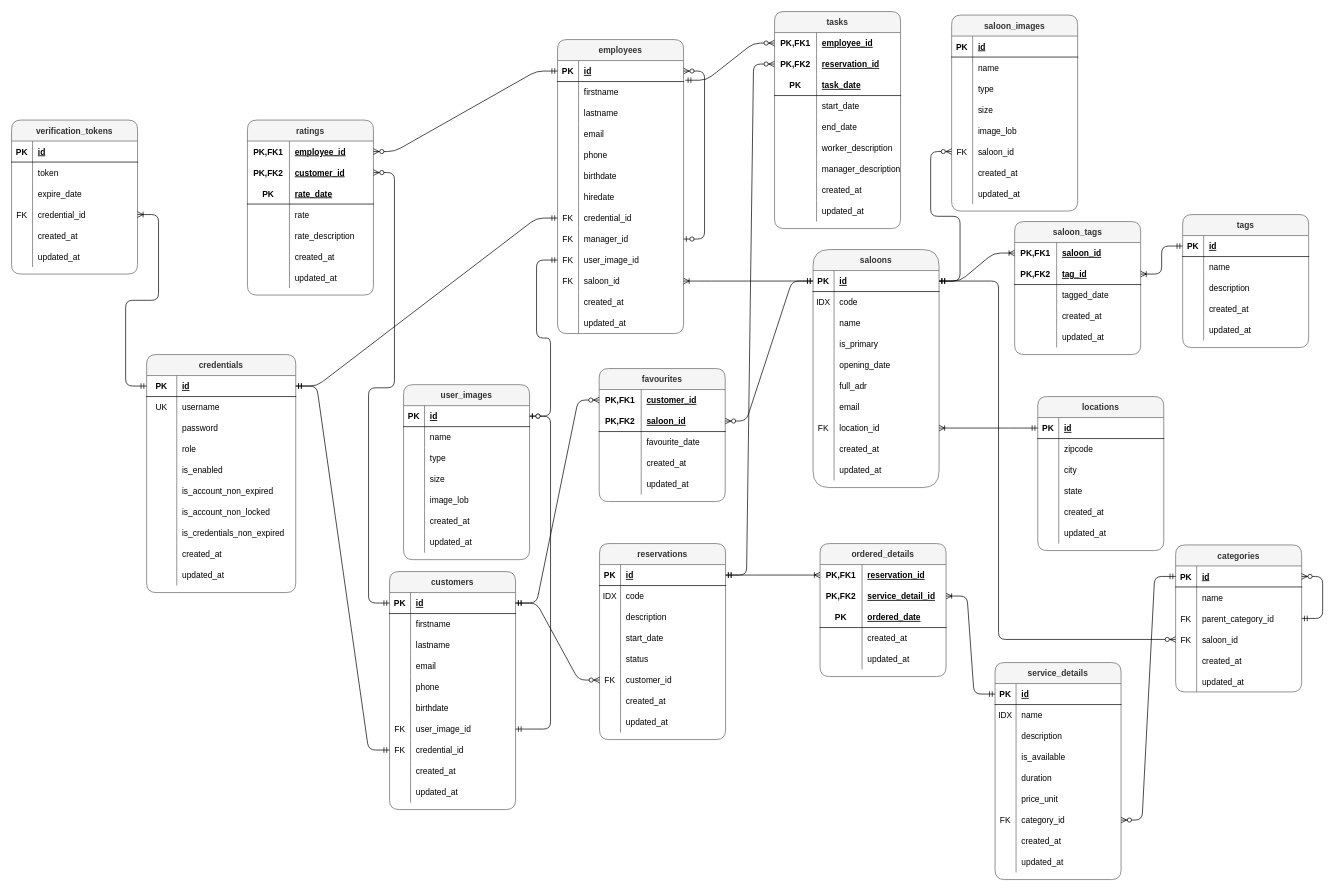
SelimHorri/atic-backend-app keeps this draw.io diagram as docs/doc/cita_erd_diag.drawio. Above is the earlier version. Source tidied: cells renumbered, new cells numbered last; positions are measured from the earlier drawing's top-left corner, leaving out a move shared by most shapes. Both pictures are drawn from the tidied source at 70%, with x=0, y=0 at pixel (11, 11).
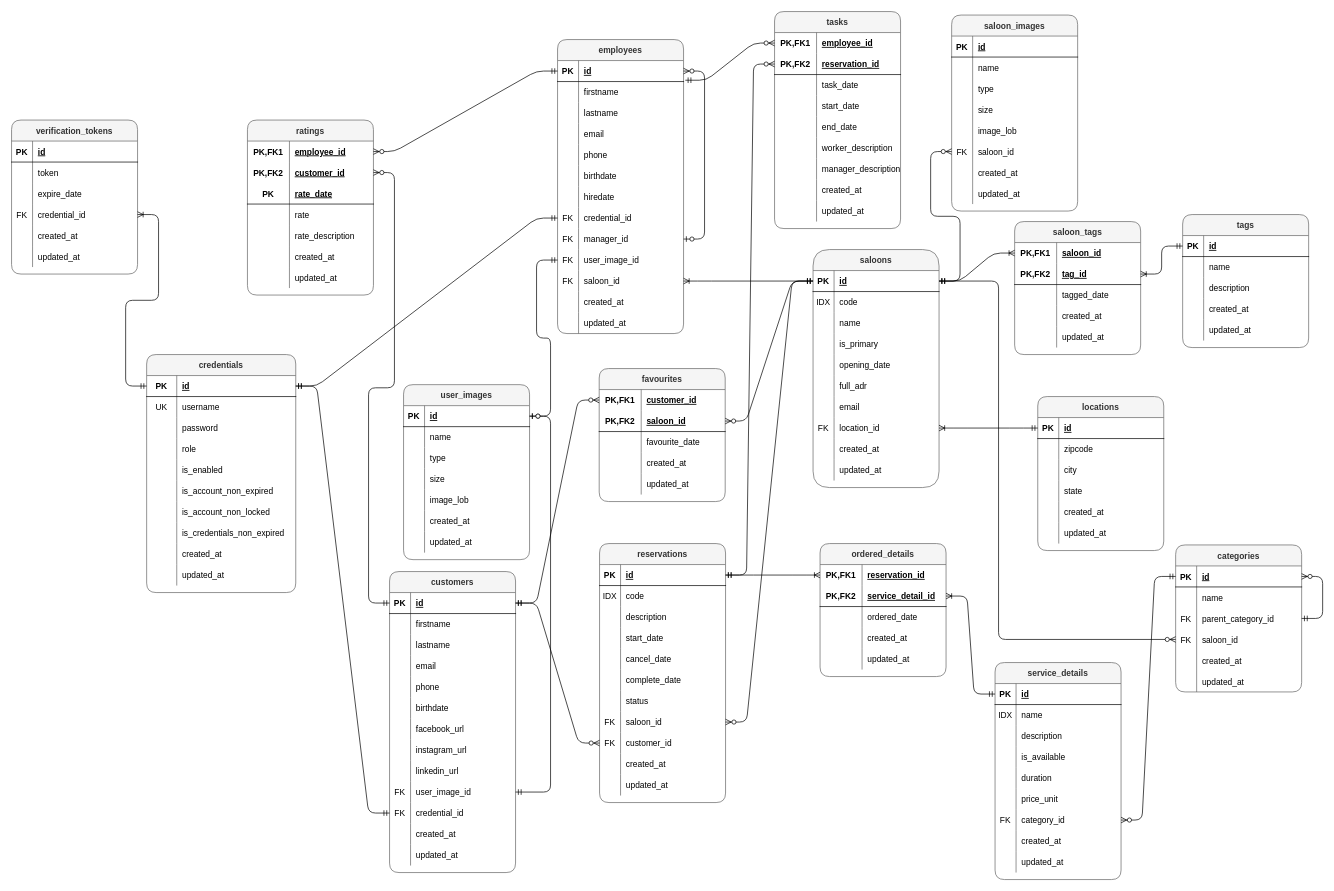
After the change.

Unchanged cells that the change refers to:
```xml
<mxCell id="75" style="shape=partialRectangle;fillColor=none;top=0;left=0;bottom=1;right=0;points=[[0,0.5],[1,0.5]];portConstraint=eastwest;rounded=1;" parent="74" vertex="1">
  <mxGeometry y="30" width="180" height="30" as="geometry" />
</mxCell>
<mxCell id="179" style="shape=partialRectangle;fillColor=none;top=0;left=0;bottom=1;right=0;points=[[0,0.5],[1,0.5]];portConstraint=eastwest;rounded=1;" parent="178" vertex="1">
  <mxGeometry y="30" width="180" height="30" as="geometry" />
</mxCell>
<mxCell id="228" style="shape=partialRectangle;fillColor=none;top=0;left=0;bottom=1;right=0;points=[[0,0.5],[1,0.5]];portConstraint=eastwest;rounded=1;" parent="227" vertex="1">
  <mxGeometry y="30" width="180" height="30" as="geometry" />
</mxCell>
<mxCell id="253" value="ordered_details" style="shape=table;startSize=30;childLayout=tableLayout;rowLines=0;fontStyle=1;align=center;rounded=1;fillColor=#f5f5f5;fontColor=#333333;strokeColor=#666666;" parent="1" vertex="1">
  <mxGeometry x="1155" y="760" width="180" height="190" as="geometry" />
</mxCell>
<mxCell id="399" value="tasks" style="shape=table;startSize=30;childLayout=tableLayout;rowLines=0;fontStyle=1;align=center;rounded=1;fillColor=#f5f5f5;fontColor=#333333;strokeColor=#666666;" parent="1" vertex="1">
  <mxGeometry x="1090" width="180" height="310" as="geometry" />
</mxCell>
```

Change to the diagram source:
```diff
@@
     <mxCell id="2" value="customers" style="shape=table;startSize=30;childLayout=tableLayout;rowLines=0;fontStyle=1;align=center;rounded=1;fillColor=#f5f5f5;fontColor=#333333;strokeColor=#666666;" parent="1" vertex="1">
-      <mxGeometry x="540" y="800" width="180" height="340" as="geometry" />
+      <mxGeometry x="540" y="800" width="180" height="430" as="geometry" />
     </mxCell>
@@
+    <mxCell id="429" style="shape=partialRectangle;fillColor=none;top=0;left=0;bottom=0;right=0;rounded=1;" parent="2" vertex="1">
+      <mxGeometry y="210" width="180" height="30" as="geometry" />
+    </mxCell>
+    <mxCell id="430" style="shape=partialRectangle;fillColor=none;top=0;left=0;bottom=0;right=0;overflow=hidden;rounded=1;" parent="429" vertex="1">
+      <mxGeometry width="30" height="30" as="geometry" />
+    </mxCell>
+    <mxCell id="431" value="facebook_url" style="shape=partialRectangle;fillColor=none;top=0;left=0;bottom=0;right=0;align=left;spacingLeft=6;overflow=hidden;rounded=1;" parent="429" vertex="1">
+      <mxGeometry x="30" width="150" height="30" as="geometry" />
+    </mxCell>
+    <mxCell id="432" style="shape=partialRectangle;fillColor=none;top=0;left=0;bottom=0;right=0;rounded=1;" parent="2" vertex="1">
+      <mxGeometry y="240" width="180" height="30" as="geometry" />
+    </mxCell>
+    <mxCell id="433" style="shape=partialRectangle;fillColor=none;top=0;left=0;bottom=0;right=0;overflow=hidden;rounded=1;" parent="432" vertex="1">
+      <mxGeometry width="30" height="30" as="geometry" />
+    </mxCell>
+    <mxCell id="434" value="instagram_url" style="shape=partialRectangle;fillColor=none;top=0;left=0;bottom=0;right=0;align=left;spacingLeft=6;overflow=hidden;rounded=1;" parent="432" vertex="1">
+      <mxGeometry x="30" width="150" height="30" as="geometry" />
+    </mxCell>
+    <mxCell id="435" style="shape=partialRectangle;fillColor=none;top=0;left=0;bottom=0;right=0;rounded=1;" parent="2" vertex="1">
+      <mxGeometry y="270" width="180" height="30" as="geometry" />
+    </mxCell>
+    <mxCell id="436" style="shape=partialRectangle;fillColor=none;top=0;left=0;bottom=0;right=0;overflow=hidden;rounded=1;" parent="435" vertex="1">
+      <mxGeometry width="30" height="30" as="geometry" />
+    </mxCell>
+    <mxCell id="437" value="linkedin_url" style="shape=partialRectangle;fillColor=none;top=0;left=0;bottom=0;right=0;align=left;spacingLeft=6;overflow=hidden;rounded=1;" parent="435" vertex="1">
+      <mxGeometry x="30" width="150" height="30" as="geometry" />
+    </mxCell>
     <mxCell id="21" style="shape=partialRectangle;fillColor=none;top=0;left=0;bottom=0;right=0;points=[[0,0.5],[1,0.5]];portConstraint=eastwest;rounded=1;" parent="2" vertex="1">
-      <mxGeometry y="210" width="180" height="30" as="geometry" />
+      <mxGeometry y="300" width="180" height="30" as="geometry" />
     </mxCell>
@@
     <mxCell id="24" style="shape=partialRectangle;fillColor=none;top=0;left=0;bottom=0;right=0;points=[[0,0.5],[1,0.5]];portConstraint=eastwest;rounded=1;" parent="2" vertex="1">
-      <mxGeometry y="240" width="180" height="30" as="geometry" />
+      <mxGeometry y="330" width="180" height="30" as="geometry" />
     </mxCell>
@@
     <mxCell id="27" style="shape=partialRectangle;fillColor=none;top=0;left=0;bottom=0;right=0;rounded=1;" parent="2" vertex="1">
-      <mxGeometry y="270" width="180" height="30" as="geometry" />
+      <mxGeometry y="360" width="180" height="30" as="geometry" />
     </mxCell>
@@
     <mxCell id="30" style="shape=partialRectangle;fillColor=none;top=0;left=0;bottom=0;right=0;rounded=1;" parent="2" vertex="1">
-      <mxGeometry y="300" width="180" height="30" as="geometry" />
+      <mxGeometry y="390" width="180" height="30" as="geometry" />
     </mxCell>
@@
     <mxCell id="227" value="reservations" style="shape=table;startSize=30;childLayout=tableLayout;rowLines=0;fontStyle=1;align=center;rounded=1;fillColor=#f5f5f5;fontColor=#333333;strokeColor=#666666;" parent="1" vertex="1">
-      <mxGeometry x="840" y="760" width="180" height="280" as="geometry" />
+      <mxGeometry x="840" y="760" width="180" height="370" as="geometry" />
     </mxCell>
@@
+    <mxCell id="438" style="shape=partialRectangle;fillColor=none;top=0;left=0;bottom=0;right=0;rounded=1;" parent="227" vertex="1">
+      <mxGeometry y="150" width="180" height="30" as="geometry" />
+    </mxCell>
+    <mxCell id="439" style="shape=partialRectangle;fillColor=none;top=0;left=0;bottom=0;right=0;overflow=hidden;rounded=1;" parent="438" vertex="1">
+      <mxGeometry width="30" height="30" as="geometry" />
+    </mxCell>
+    <mxCell id="440" value="cancel_date" style="shape=partialRectangle;fillColor=none;top=0;left=0;bottom=0;right=0;align=left;spacingLeft=6;overflow=hidden;rounded=1;" parent="438" vertex="1">
+      <mxGeometry x="30" width="150" height="30" as="geometry" />
+    </mxCell>
+    <mxCell id="441" style="shape=partialRectangle;fillColor=none;top=0;left=0;bottom=0;right=0;rounded=1;" parent="227" vertex="1">
+      <mxGeometry y="180" width="180" height="30" as="geometry" />
+    </mxCell>
+    <mxCell id="442" style="shape=partialRectangle;fillColor=none;top=0;left=0;bottom=0;right=0;overflow=hidden;rounded=1;" parent="441" vertex="1">
+      <mxGeometry width="30" height="30" as="geometry" />
+    </mxCell>
+    <mxCell id="443" value="complete_date" style="shape=partialRectangle;fillColor=none;top=0;left=0;bottom=0;right=0;align=left;spacingLeft=6;overflow=hidden;rounded=1;" parent="441" vertex="1">
+      <mxGeometry x="30" width="150" height="30" as="geometry" />
+    </mxCell>
     <mxCell id="240" style="shape=partialRectangle;fillColor=none;top=0;left=0;bottom=0;right=0;rounded=1;" parent="227" vertex="1">
-      <mxGeometry y="150" width="180" height="30" as="geometry" />
+      <mxGeometry y="210" width="180" height="30" as="geometry" />
     </mxCell>
@@
+    <mxCell id="444" style="shape=partialRectangle;fillColor=none;top=0;left=0;bottom=0;right=0;points=[[0,0.5],[1,0.5]];portConstraint=eastwest;rounded=1;" parent="227" vertex="1">
+      <mxGeometry y="240" width="180" height="30" as="geometry" />
+    </mxCell>
+    <mxCell id="445" value="FK" style="shape=partialRectangle;fillColor=none;top=0;left=0;bottom=0;right=0;overflow=hidden;rounded=1;" parent="444" vertex="1">
+      <mxGeometry width="30" height="30" as="geometry" />
+    </mxCell>
+    <mxCell id="446" value="saloon_id" style="shape=partialRectangle;fillColor=none;top=0;left=0;bottom=0;right=0;align=left;spacingLeft=6;overflow=hidden;rounded=1;" parent="444" vertex="1">
+      <mxGeometry x="30" width="150" height="30" as="geometry" />
+    </mxCell>
     <mxCell id="243" style="shape=partialRectangle;fillColor=none;top=0;left=0;bottom=0;right=0;points=[[0,0.5],[1,0.5]];portConstraint=eastwest;rounded=1;" parent="227" vertex="1">
-      <mxGeometry y="180" width="180" height="30" as="geometry" />
+      <mxGeometry y="270" width="180" height="30" as="geometry" />
     </mxCell>
@@
     <mxCell id="246" style="shape=partialRectangle;fillColor=none;top=0;left=0;bottom=0;right=0;rounded=1;" parent="227" vertex="1">
-      <mxGeometry y="210" width="180" height="30" as="geometry" />
+      <mxGeometry y="300" width="180" height="30" as="geometry" />
     </mxCell>
@@
     <mxCell id="249" style="shape=partialRectangle;fillColor=none;top=0;left=0;bottom=0;right=0;rounded=1;" parent="227" vertex="1">
-      <mxGeometry y="240" width="180" height="30" as="geometry" />
+      <mxGeometry y="330" width="180" height="30" as="geometry" />
     </mxCell>
@@
-    <mxCell id="257" style="shape=partialRectangle;fillColor=none;top=0;left=0;bottom=0;right=0;points=[[0,0.5],[1,0.5]];portConstraint=eastwest;rounded=1;" parent="253" vertex="1">
-      <mxGeometry y="60" width="180" height="30" as="geometry" />
-    </mxCell>
-    <mxCell id="258" value="PK,FK2" style="shape=partialRectangle;fillColor=none;top=0;left=0;bottom=0;right=0;fontStyle=1;overflow=hidden;rounded=1;" parent="257" vertex="1">
-      <mxGeometry width="60" height="30" as="geometry" />
-    </mxCell>
-    <mxCell id="259" value="service_detail_id" style="shape=partialRectangle;fillColor=none;top=0;left=0;bottom=0;right=0;align=left;spacingLeft=6;fontStyle=5;overflow=hidden;rounded=1;" parent="257" vertex="1">
-      <mxGeometry x="60" width="120" height="30" as="geometry" />
-    </mxCell>
     <mxCell id="260" style="shape=partialRectangle;fillColor=none;top=0;left=0;bottom=1;right=0;points=[[0,0.5],[1,0.5]];portConstraint=eastwest;rounded=1;" parent="253" vertex="1">
-      <mxGeometry y="90" width="180" height="30" as="geometry" />
+      <mxGeometry y="60" width="180" height="30" as="geometry" />
     </mxCell>
-    <mxCell id="261" value="PK" style="shape=partialRectangle;fillColor=none;top=0;left=0;bottom=0;right=0;fontStyle=1;overflow=hidden;rounded=1;" parent="260" vertex="1">
+    <mxCell id="261" value="PK,FK2" style="shape=partialRectangle;fillColor=none;top=0;left=0;bottom=0;right=0;fontStyle=1;overflow=hidden;rounded=1;" parent="260" vertex="1">
       <mxGeometry width="60" height="30" as="geometry" />
     </mxCell>
-    <mxCell id="262" value="ordered_date" style="shape=partialRectangle;fillColor=none;top=0;left=0;bottom=0;right=0;align=left;spacingLeft=6;fontStyle=5;overflow=hidden;rounded=1;" parent="260" vertex="1">
+    <mxCell id="262" value="service_detail_id" style="shape=partialRectangle;fillColor=none;top=0;left=0;bottom=0;right=0;align=left;spacingLeft=6;fontStyle=5;overflow=hidden;rounded=1;" parent="260" vertex="1">
       <mxGeometry x="60" width="120" height="30" as="geometry" />
     </mxCell>
     <mxCell id="263" style="shape=partialRectangle;fillColor=none;top=0;left=0;bottom=0;right=0;rounded=1;" parent="253" vertex="1">
-      <mxGeometry y="120" width="180" height="30" as="geometry" />
+      <mxGeometry y="90" width="180" height="30" as="geometry" />
     </mxCell>
@@
-    <mxCell id="265" value="created_at" style="shape=partialRectangle;fillColor=none;top=0;left=0;bottom=0;right=0;align=left;spacingLeft=6;overflow=hidden;rounded=1;" parent="263" vertex="1">
+    <mxCell id="265" value="ordered_date" style="shape=partialRectangle;fillColor=none;top=0;left=0;bottom=0;right=0;align=left;spacingLeft=6;overflow=hidden;rounded=1;" parent="263" vertex="1">
       <mxGeometry x="60" width="120" height="30" as="geometry" />
     </mxCell>
     <mxCell id="266" style="shape=partialRectangle;fillColor=none;top=0;left=0;bottom=0;right=0;rounded=1;" parent="253" vertex="1">
-      <mxGeometry y="150" width="180" height="30" as="geometry" />
+      <mxGeometry y="120" width="180" height="30" as="geometry" />
     </mxCell>
@@
-    <mxCell id="268" value="updated_at" style="shape=partialRectangle;fillColor=none;top=0;left=0;bottom=0;right=0;align=left;spacingLeft=6;overflow=hidden;rounded=1;" parent="266" vertex="1">
+    <mxCell id="268" value="created_at" style="shape=partialRectangle;fillColor=none;top=0;left=0;bottom=0;right=0;align=left;spacingLeft=6;overflow=hidden;rounded=1;" parent="266" vertex="1">
       <mxGeometry x="60" width="120" height="30" as="geometry" />
     </mxCell>
+    <mxCell id="447" style="shape=partialRectangle;fillColor=none;top=0;left=0;bottom=0;right=0;rounded=1;" parent="253" vertex="1">
+      <mxGeometry y="150" width="180" height="30" as="geometry" />
+    </mxCell>
+    <mxCell id="448" style="shape=partialRectangle;fillColor=none;top=0;left=0;bottom=0;right=0;overflow=hidden;rounded=1;" parent="447" vertex="1">
+      <mxGeometry width="60" height="30" as="geometry" />
+    </mxCell>
+    <mxCell id="449" value="updated_at" style="shape=partialRectangle;fillColor=none;top=0;left=0;bottom=0;right=0;align=left;spacingLeft=6;overflow=hidden;rounded=1;" parent="447" vertex="1">
+      <mxGeometry x="60" width="120" height="30" as="geometry" />
+    </mxCell>
@@
-    <mxCell id="270" style="edgeStyle=entityRelationEdgeStyle;fontSize=12;html=1;endArrow=ERoneToMany;startArrow=ERmandOne;rounded=1;" parent="1" edge="1" source="179" target="257">
+    <mxCell id="270" style="edgeStyle=entityRelationEdgeStyle;fontSize=12;html=1;endArrow=ERoneToMany;startArrow=ERmandOne;rounded=1;entryX=1;entryY=0.5;entryDx=0;entryDy=0;" parent="1" edge="1" source="179" target="260">
       <mxGeometry relative="1" as="geometry" />
     </mxCell>
@@
-    <mxCell id="403" style="shape=partialRectangle;fillColor=none;top=0;left=0;bottom=0;right=0;points=[[0,0.5],[1,0.5]];portConstraint=eastwest;rounded=1;" parent="399" vertex="1">
-      <mxGeometry y="60" width="180" height="30" as="geometry" />
-    </mxCell>
-    <mxCell id="404" value="PK,FK2" style="shape=partialRectangle;fillColor=none;top=0;left=0;bottom=0;right=0;fontStyle=1;overflow=hidden;rounded=1;" parent="403" vertex="1">
-      <mxGeometry width="60" height="30" as="geometry" />
-    </mxCell>
-    <mxCell id="405" value="reservation_id" style="shape=partialRectangle;fillColor=none;top=0;left=0;bottom=0;right=0;align=left;spacingLeft=6;fontStyle=5;overflow=hidden;rounded=1;" parent="403" vertex="1">
-      <mxGeometry x="60" width="120" height="30" as="geometry" />
-    </mxCell>
     <mxCell id="406" style="shape=partialRectangle;fillColor=none;top=0;left=0;bottom=1;right=0;points=[[0,0.5],[1,0.5]];portConstraint=eastwest;rounded=1;" parent="399" vertex="1">
-      <mxGeometry y="90" width="180" height="30" as="geometry" />
+      <mxGeometry y="60" width="180" height="30" as="geometry" />
     </mxCell>
-    <mxCell id="407" value="PK" style="shape=partialRectangle;fillColor=none;top=0;left=0;bottom=0;right=0;fontStyle=1;overflow=hidden;rounded=1;" parent="406" vertex="1">
+    <mxCell id="407" value="PK,FK2" style="shape=partialRectangle;fillColor=none;top=0;left=0;bottom=0;right=0;fontStyle=1;overflow=hidden;rounded=1;" parent="406" vertex="1">
       <mxGeometry width="60" height="30" as="geometry" />
     </mxCell>
-    <mxCell id="408" value="task_date" style="shape=partialRectangle;fillColor=none;top=0;left=0;bottom=0;right=0;align=left;spacingLeft=6;fontStyle=5;overflow=hidden;rounded=1;" parent="406" vertex="1">
+    <mxCell id="408" value="reservation_id" style="shape=partialRectangle;fillColor=none;top=0;left=0;bottom=0;right=0;align=left;spacingLeft=6;fontStyle=5;overflow=hidden;rounded=1;" parent="406" vertex="1">
       <mxGeometry x="60" width="120" height="30" as="geometry" />
     </mxCell>
     <mxCell id="409" style="shape=partialRectangle;fillColor=none;top=0;left=0;bottom=0;right=0;rounded=1;" parent="399" vertex="1">
-      <mxGeometry y="120" width="180" height="30" as="geometry" />
+      <mxGeometry y="90" width="180" height="30" as="geometry" />
     </mxCell>
@@
-    <mxCell id="411" value="start_date" style="shape=partialRectangle;fillColor=none;top=0;left=0;bottom=0;right=0;align=left;spacingLeft=6;overflow=hidden;rounded=1;" parent="409" vertex="1">
+    <mxCell id="411" value="task_date" style="shape=partialRectangle;fillColor=none;top=0;left=0;bottom=0;right=0;align=left;spacingLeft=6;overflow=hidden;rounded=1;" parent="409" vertex="1">
       <mxGeometry x="60" width="120" height="30" as="geometry" />
     </mxCell>
+    <mxCell id="450" style="shape=partialRectangle;fillColor=none;top=0;left=0;bottom=0;right=0;rounded=1;" parent="399" vertex="1">
+      <mxGeometry y="120" width="180" height="30" as="geometry" />
+    </mxCell>
+    <mxCell id="451" style="shape=partialRectangle;fillColor=none;top=0;left=0;bottom=0;right=0;overflow=hidden;rounded=1;" parent="450" vertex="1">
+      <mxGeometry width="60" height="30" as="geometry" />
+    </mxCell>
+    <mxCell id="452" value="start_date" style="shape=partialRectangle;fillColor=none;top=0;left=0;bottom=0;right=0;align=left;spacingLeft=6;overflow=hidden;rounded=1;" parent="450" vertex="1">
+      <mxGeometry x="60" width="120" height="30" as="geometry" />
+    </mxCell>
@@
-    <mxCell id="428" style="edgeStyle=entityRelationEdgeStyle;fontSize=12;html=1;endArrow=ERzeroToMany;startArrow=ERmandOne;rounded=1;" parent="1" edge="1" source="228" target="403">
+    <mxCell id="428" style="edgeStyle=entityRelationEdgeStyle;fontSize=12;html=1;endArrow=ERzeroToMany;startArrow=ERmandOne;rounded=1;entryX=0;entryY=0.5;entryDx=0;entryDy=0;" parent="1" edge="1" source="228" target="406">
       <mxGeometry relative="1" as="geometry" />
     </mxCell>
+    <mxCell id="453" style="edgeStyle=entityRelationEdgeStyle;fontSize=12;html=1;endArrow=ERzeroToMany;startArrow=ERmandOne;rounded=1;exitX=0;exitY=0.5;exitDx=0;exitDy=0;entryX=1;entryY=0.5;entryDx=0;entryDy=0;" parent="1" edge="1" source="75" target="444">
+      <mxGeometry relative="1" as="geometry" />
+    </mxCell>
```
